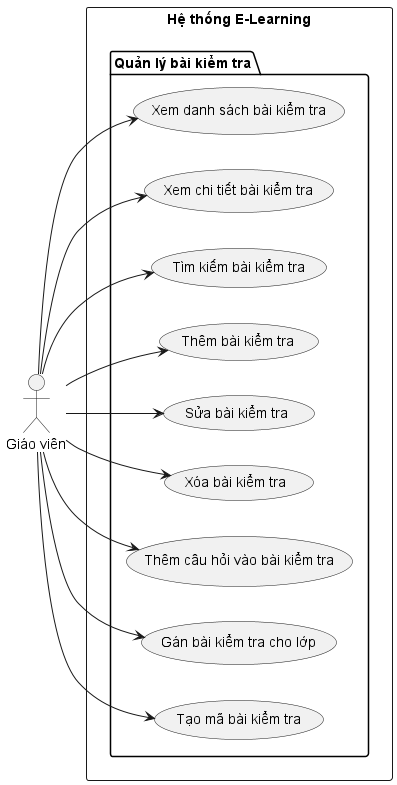
The PlantUML diagram out/usecase/quản lý test/quản lý bài kiểm tra.png in Faythpromax/E-Learning, before a commit. Its diagram source:
```plantuml
@startuml quản lý bài kiểm tra
left to right direction

actor "Giáo viên" as Teacher

rectangle "Hệ thống E-Learning" {

    package "Quản lý bài kiểm tra" {

        (Xem danh sách bài kiểm tra) as ViewT
        (Xem chi tiết bài kiểm tra) as DetailT
        (Tìm kiếm bài kiểm tra) as SearchT

        (Thêm bài kiểm tra) as CreateT
        (Sửa bài kiểm tra) as UpdateT
        (Xóa bài kiểm tra) as DeleteT

        (Thêm câu hỏi vào bài kiểm tra) as AddQToTest
        (Gán bài kiểm tra cho lớp) as AssignTest
        (Tạo mã bài kiểm tra) as GenCode
    }
}

Teacher --> ViewT
Teacher --> DetailT
Teacher --> SearchT
Teacher --> CreateT
Teacher --> UpdateT
Teacher --> DeleteT
Teacher --> AddQToTest
Teacher --> AssignTest
Teacher --> GenCode
@enduml
```
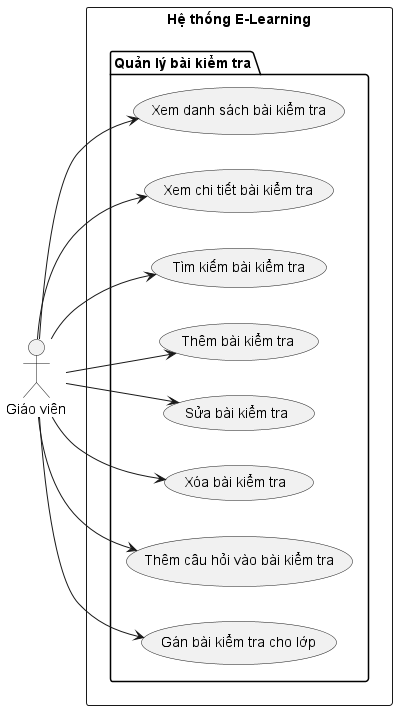
The same diagram one commit later.

The edit, as a diff of the source:
```diff
@@ -17,7 +17,6 @@
 
         (Thêm câu hỏi vào bài kiểm tra) as AddQToTest
         (Gán bài kiểm tra cho lớp) as AssignTest
-        (Tạo mã bài kiểm tra) as GenCode
     }
 }
 
@@ -29,5 +28,4 @@
 Teacher --> DeleteT
 Teacher --> AddQToTest
 Teacher --> AssignTest
-Teacher --> GenCode
 @enduml
```
